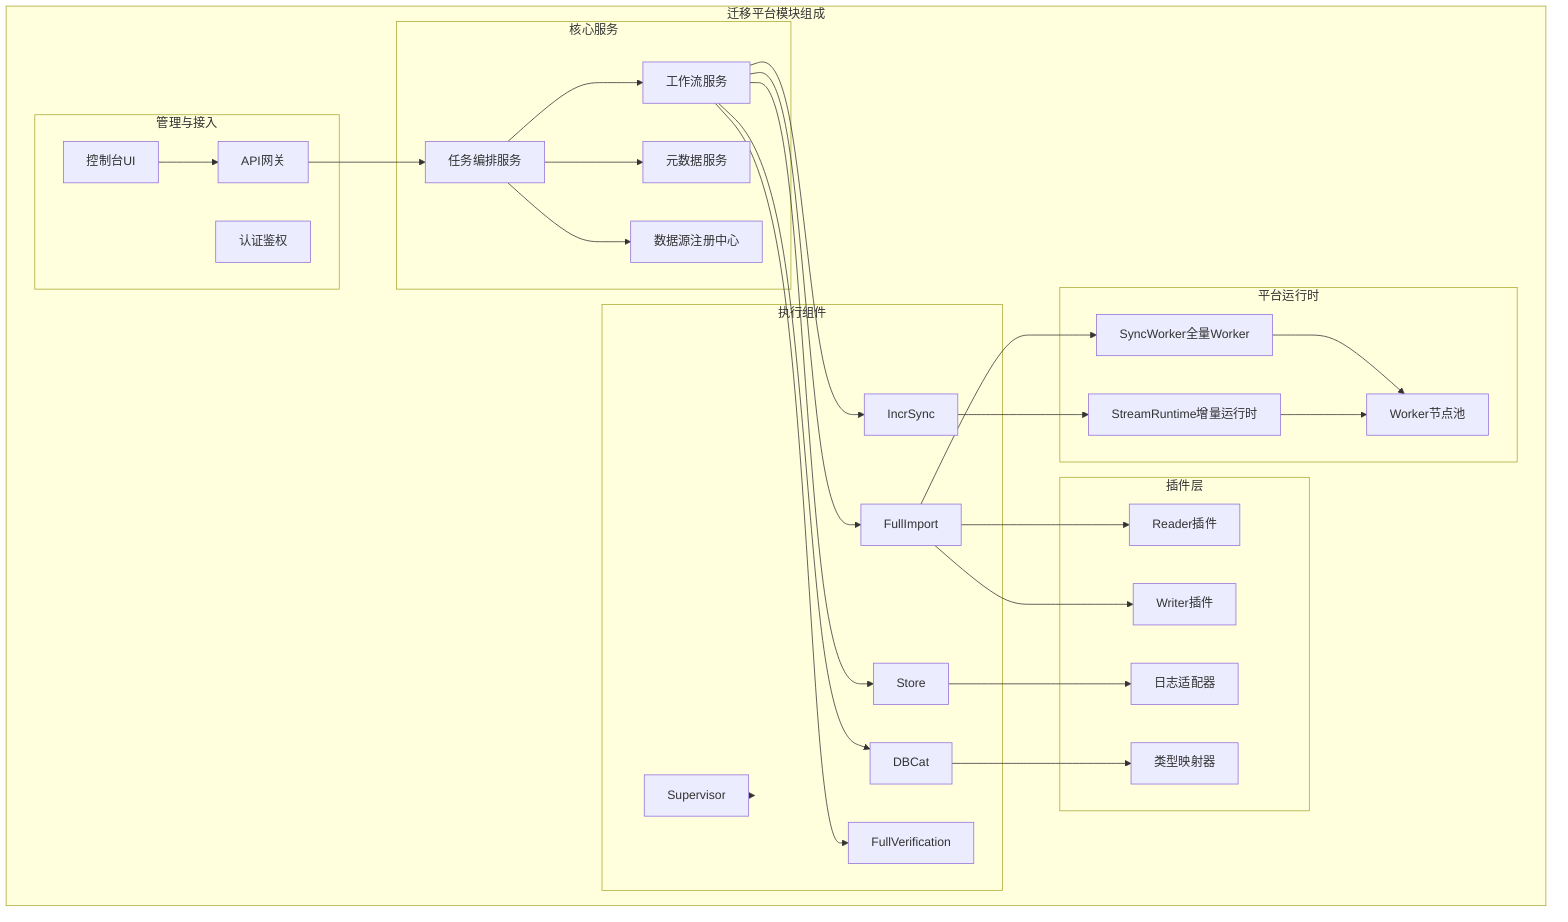
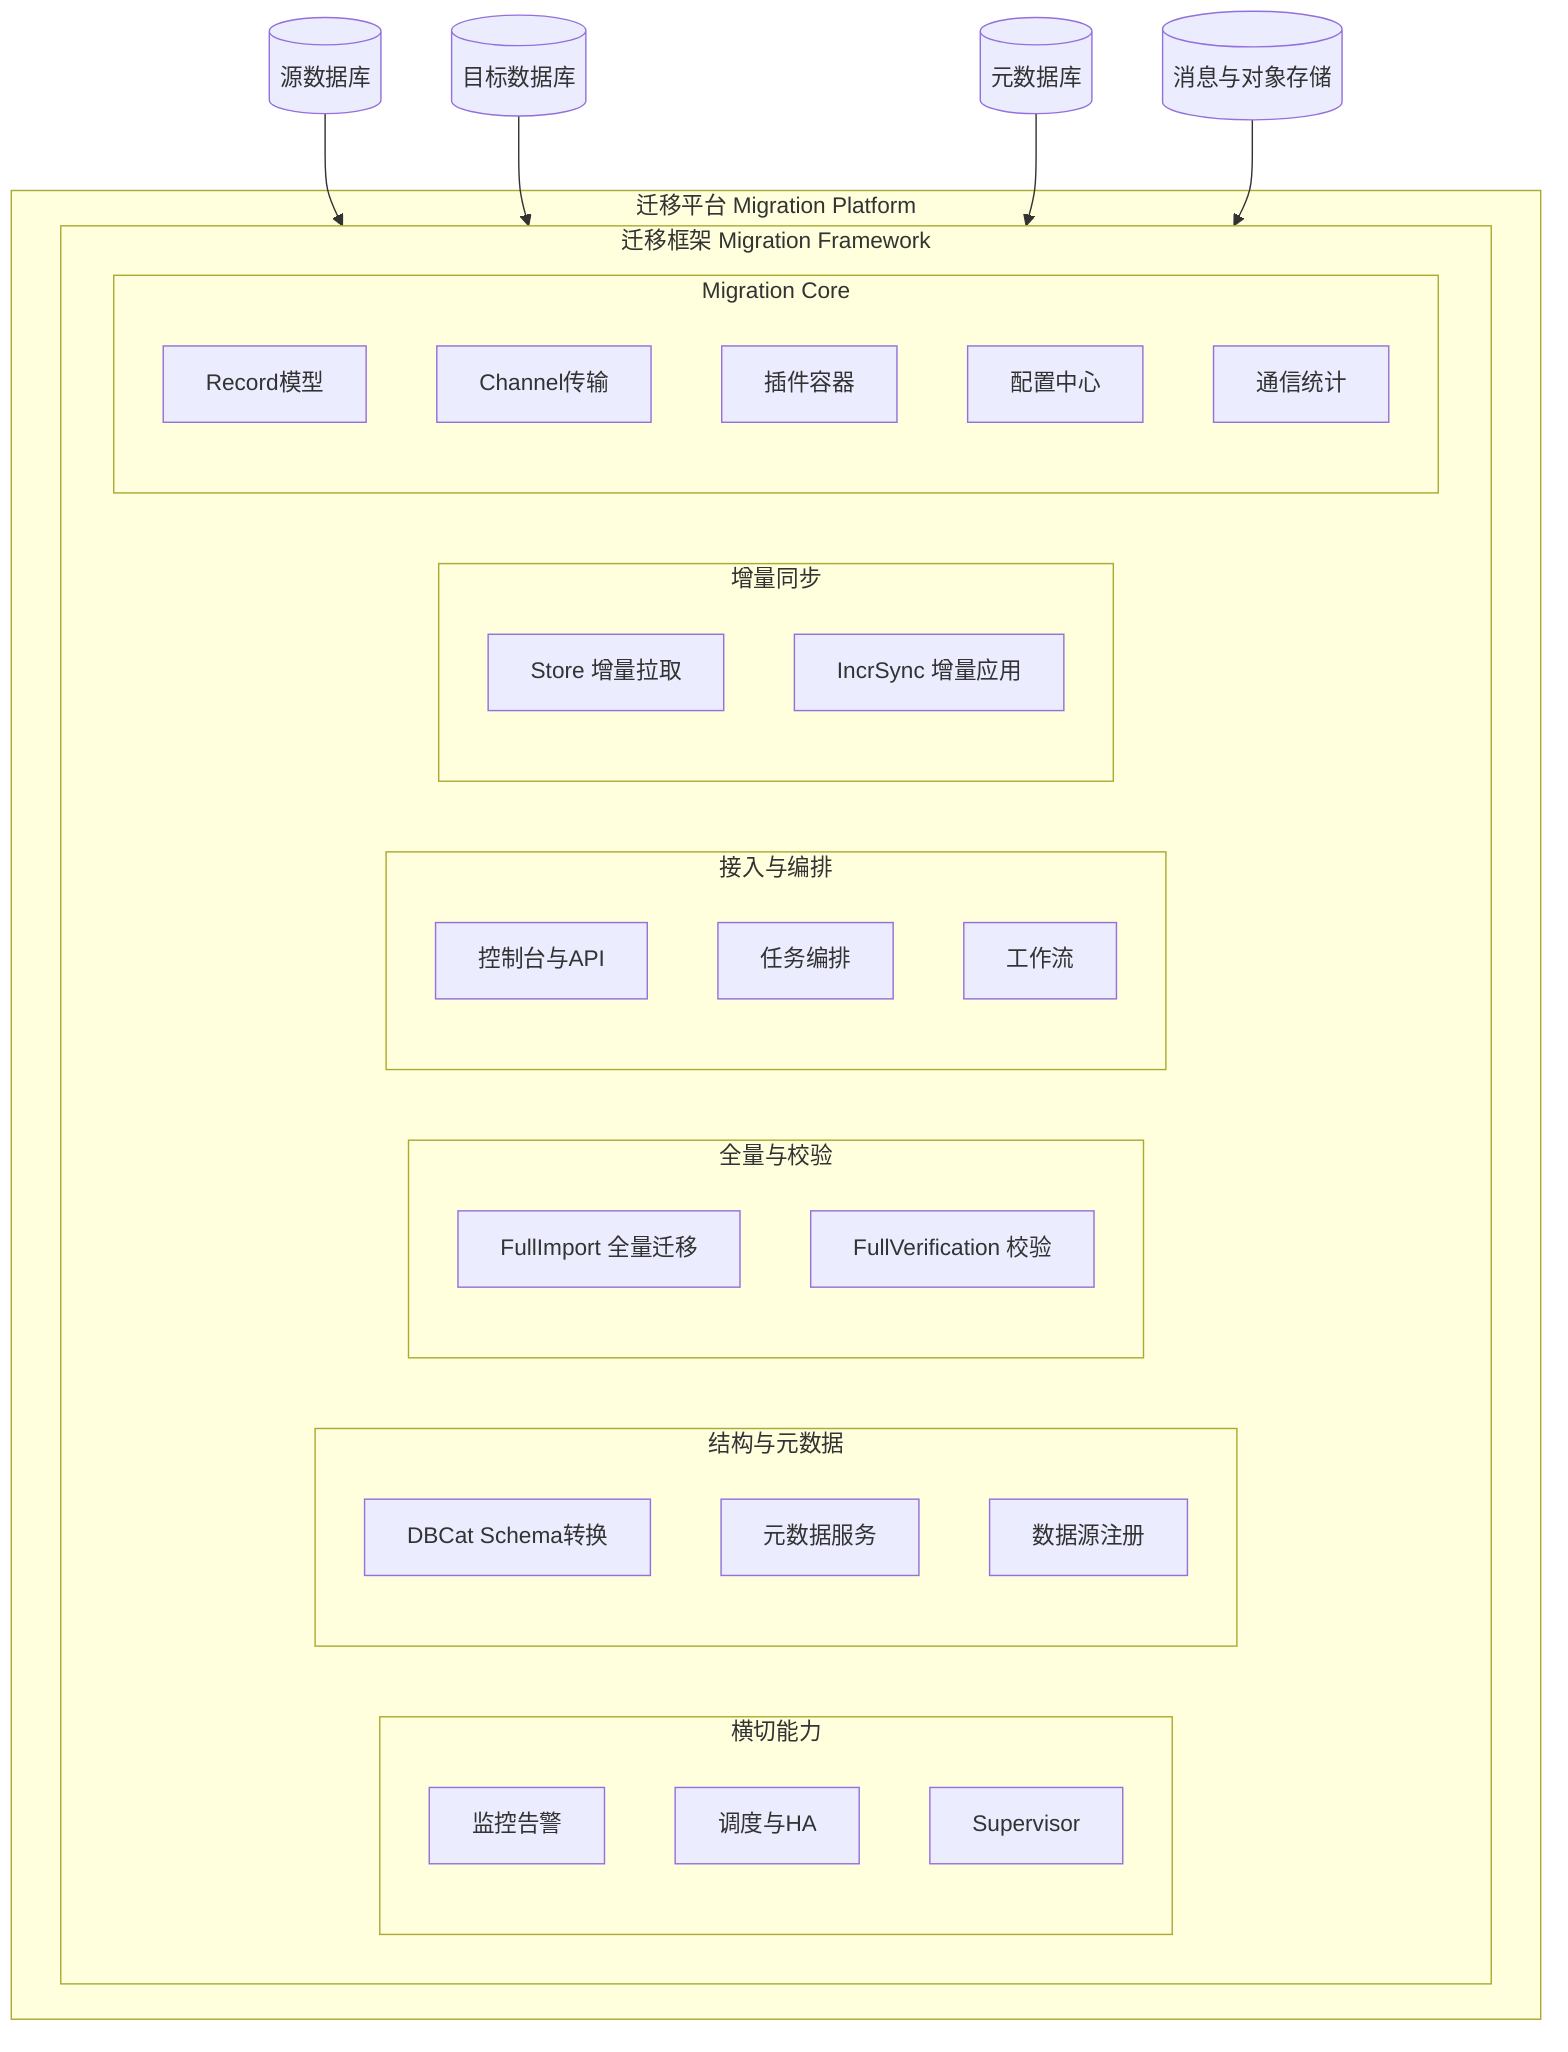
flowchart TB
-     subgraph platform [迁移平台模块组成]
-         subgraph mgmt [管理与接入]
-             ConsoleUI[控制台UI]
-             APIGateway[API网关]
-             AuthModule[认证鉴权]
-         end
+     subgraph platform [迁移平台 Migration Platform]
+         subgraph framework [迁移框架 Migration Framework]
+             subgraph crossCut [横切能力]
+                 Monitor[监控告警]
+                 Scheduler[调度与HA]
+                 Supervisor[Supervisor]
+             end

-         subgraph core [核心服务]
-             OrchestratorSvc[任务编排服务]
-             WorkflowSvc[工作流服务]
-             MetadataSvc[元数据服务]
-             DSRegistry[数据源注册中心]
-         end
+             subgraph schemaBlock [结构与元数据]
+                 DBCat[DBCat Schema转换]
+                 MetaSvc[元数据服务]
+                 DSReg[数据源注册]
+             end

-         subgraph engines [执行组件]
-             DBCat[DBCat]
-             FullImport[FullImport]
-             Store[Store]
-             IncrSync[IncrSync]
-             Checker[FullVerification]
-             Supervisor[Supervisor]
-         end
+             subgraph batchBlock [全量与校验]
+                 FullImport[FullImport 全量迁移]
+                 Verify[FullVerification 校验]
+             end

-         subgraph plugins [插件层]
-             ReaderPlugins[Reader插件]
-             WriterPlugins[Writer插件]
-             LogAdapters[日志适配器]
-             TypeMapper[类型映射器]
-         end
+             subgraph accessBlock [接入与编排]
+                 Console[控制台与API]
+                 Orchestrator[任务编排]
+                 Workflow[工作流]
+             end

-         subgraph runtime [平台运行时]
-             SyncWorker[SyncWorker全量Worker]
-             StreamRuntime[StreamRuntime增量运行时]
-             WorkerPool[Worker节点池]
+             subgraph incrBlock [增量同步]
+                 Store[Store 增量拉取]
+                 IncrSync[IncrSync 增量应用]
+             end
+ 
+             subgraph core [Migration Core]
+                 RecordModel[Record模型]
+                 Channel[Channel传输]
+                 PluginContainer[插件容器]
+                 ConfigCenter[配置中心]
+                 Stats[通信统计]
+             end
        end
    end

-     ConsoleUI --> APIGateway
-     APIGateway --> OrchestratorSvc
-     OrchestratorSvc --> WorkflowSvc
-     OrchestratorSvc --> MetadataSvc
-     OrchestratorSvc --> DSRegistry
-     WorkflowSvc --> DBCat
-     WorkflowSvc --> FullImport
-     WorkflowSvc --> Store
-     WorkflowSvc --> IncrSync
-     WorkflowSvc --> Checker
-     Supervisor --> engines
-     FullImport --> SyncWorker
-     FullImport --> ReaderPlugins
-     FullImport --> WriterPlugins
-     Store --> LogAdapters
-     IncrSync --> StreamRuntime
-     DBCat --> TypeMapper
-     SyncWorker --> WorkerPool
-     StreamRuntime --> WorkerPool
+     SourceDB[(源数据库)] --> framework
+     TargetDB[(目标数据库)] --> framework
+     MetaDB[(元数据库)] --> framework
+     Storage[(消息与对象存储)] --> framework
